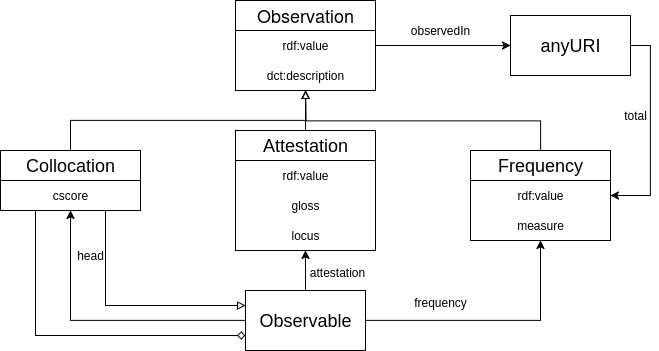
This is img/FrAC.drawio.png from ontolex/frequency-attestation-corpus-information, a draw.io export, as it was before one commit. Source tidied: cells renumbered, new cells last; positions are measured from the earlier drawing's top-left corner, leaving out a move shared by most shapes.
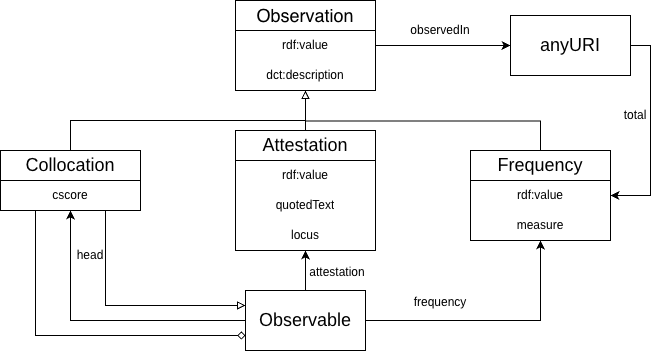
After the change.

Commit message:
Updated diagram to show quotedText instead of gloss

The edit, as a diff of the source:
```diff
@@ -49,7 +49,7 @@
     <mxCell id="16" value="&lt;div align=&quot;center&quot;&gt;rdf:value&lt;/div&gt;" style="text;strokeColor=none;fillColor=none;align=center;verticalAlign=middle;spacingLeft=4;spacingRight=4;overflow=hidden;whiteSpace=wrap;html=1;fontFamily=Arimo;fontSource=https%3A%2F%2Ffonts.googleapis.com%2Fcss%3Ffamily%3DArimo;" parent="15" vertex="1">
       <mxGeometry y="30" width="140" height="30" as="geometry" />
     </mxCell>
-    <mxCell id="17" value="&lt;div align=&quot;center&quot;&gt;gloss&lt;/div&gt;" style="text;strokeColor=none;fillColor=none;align=center;verticalAlign=middle;spacingLeft=4;spacingRight=4;overflow=hidden;whiteSpace=wrap;html=1;fontFamily=Arimo;fontSource=https%3A%2F%2Ffonts.googleapis.com%2Fcss%3Ffamily%3DArimo;" parent="15" vertex="1">
+    <mxCell id="17" value="&lt;div align=&quot;center&quot;&gt;quotedText&lt;/div&gt;" style="text;strokeColor=none;fillColor=none;align=center;verticalAlign=middle;spacingLeft=4;spacingRight=4;overflow=hidden;whiteSpace=wrap;html=1;fontFamily=Arimo;fontSource=https%3A%2F%2Ffonts.googleapis.com%2Fcss%3Ffamily%3DArimo;" parent="15" vertex="1">
       <mxGeometry y="60" width="140" height="30" as="geometry" />
     </mxCell>
     <mxCell id="18" value="&lt;div align=&quot;center&quot;&gt;locus&lt;/div&gt;" style="text;strokeColor=none;fillColor=none;align=center;verticalAlign=middle;spacingLeft=4;spacingRight=4;overflow=hidden;whiteSpace=wrap;html=1;fontFamily=Arimo;fontSource=https%3A%2F%2Ffonts.googleapis.com%2Fcss%3Ffamily%3DArimo;" parent="15" vertex="1">
```
